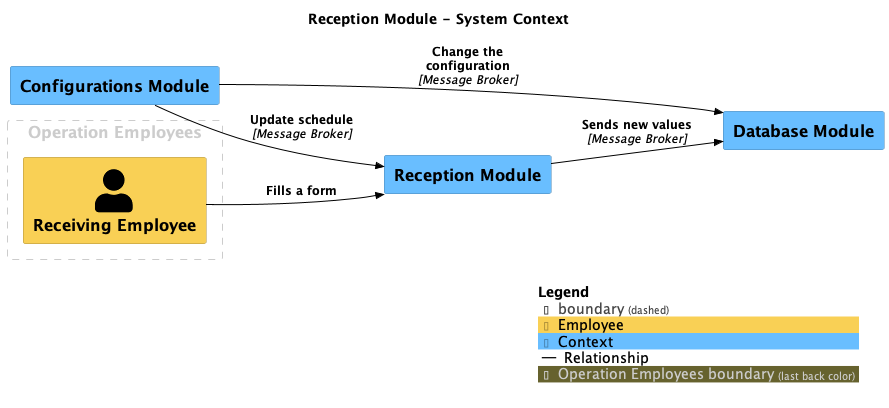
Before: main/png/SystemContext-009.png, a diagram exported from PlantUML (SLC-wms/DSL-Architecture).
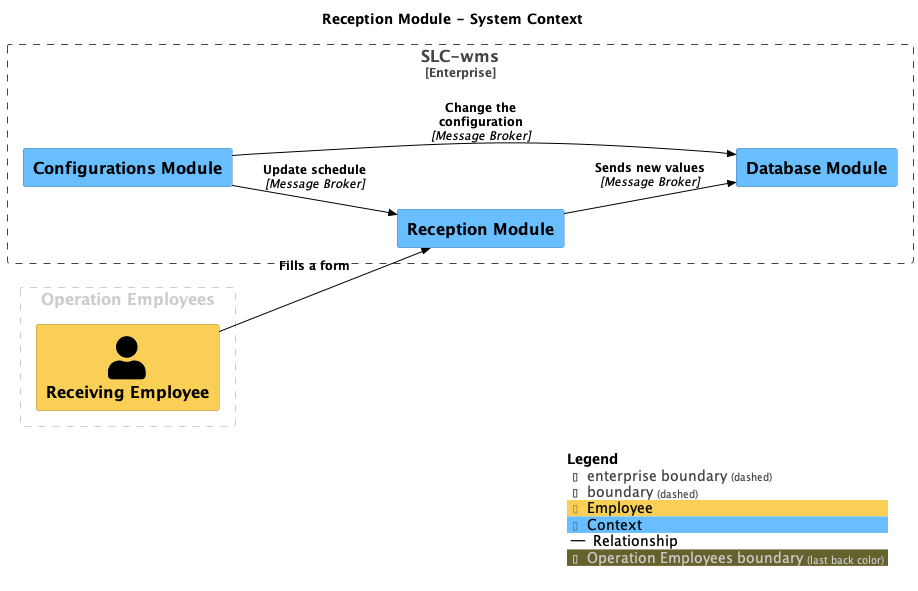
The same diagram one commit later.

The edit, as a diff of the source:
```diff
@@ -12,14 +12,17 @@
 
 AddRelTag("Relationship", $textColor="#000000", $lineColor="#000000", $lineStyle = "")
 
+Enterprise_Boundary(enterprise, "SLC-wms") {
+  System(ReceptionModule, "Reception Module", $descr="", $tags="Context", $link="")
+  System(ConfigurationsModule, "Configurations Module", $descr="", $tags="Context", $link="")
+  System(DatabaseModule, "Database Module", $descr="", $tags="Context", $link="")
+}
+
 AddBoundaryTag("Operation Employees", $borderColor="#cccccc", $fontColor="#cccccc")
 Boundary(group_1, "Operation Employees", $tags="Operation Employees") {
-  Person(ReceivingEmployee, "Receiving Employee", $descr="", $tags="Employee", $link="")
+  Person_Ext(ReceivingEmployee, "Receiving Employee", $descr="", $tags="Employee", $link="")
 }
 
-System(ReceptionModule, "Reception Module", $descr="", $tags="Context", $link="")
-System(ConfigurationsModule, "Configurations Module", $descr="", $tags="Context", $link="")
-System(DatabaseModule, "Database Module", $descr="", $tags="Context", $link="")
 
 Rel_D(ReceivingEmployee, ReceptionModule, "Fills a form", $techn="", $tags="Relationship", $link="")
 Rel_D(ReceptionModule, DatabaseModule, "Sends new values", $techn="Message Broker", $tags="Relationship", $link="")
```
